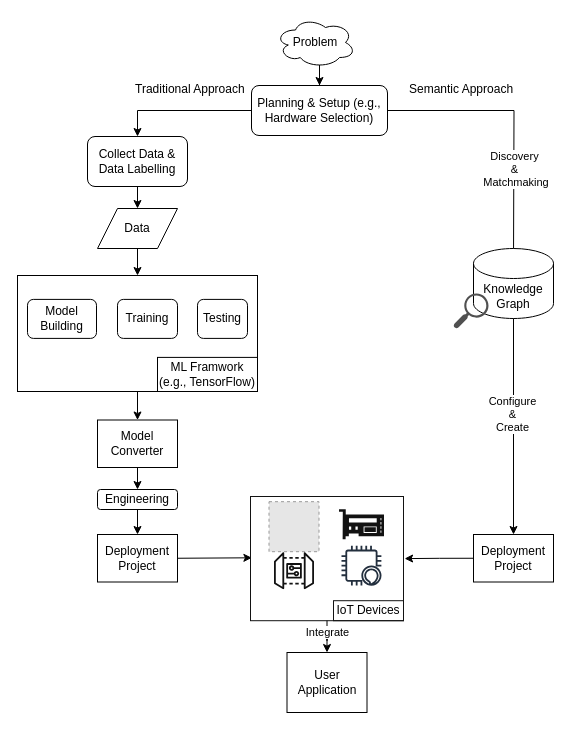
This is ISWC_Workflow.drawio from Haoyu-R/appendix, a draw.io file, before an edit. Source tidied: cells renumbered, new cells numbered last; positions are measured from the earlier drawing's top-left corner, leaving out a move shared by most shapes. Both pictures are drawn from the tidied source at 100%, with x=0, y=0 at pixel (17, 17). Pictures stored in the file or linked from it are replaced by grey dashed boxes.
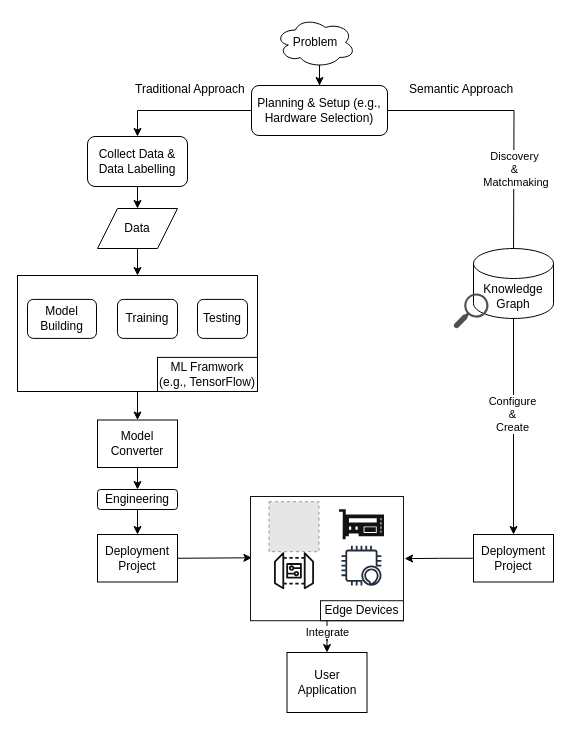
The same diagram, later.

The change refers to these unchanged cells:
```xml
<mxCell id="26" style="group;" parent="25" vertex="1">
  <mxGeometry y="1" width="153" height="124.2" as="geometry" />
</mxCell>
```

Diff of the diagram source:
```diff
@@
-    <mxCell id="32" value="IoT Devices" style="rounded=0;whiteSpace=wrap;html=1;strokeColor=#121212;fillColor=none;" parent="26" vertex="1">
-      <mxGeometry x="83" y="104.2" width="70" height="20" as="geometry" />
+    <mxCell id="32" value="Edge Devices" style="rounded=0;whiteSpace=wrap;html=1;strokeColor=#121212;fillColor=none;" parent="26" vertex="1">
+      <mxGeometry x="70" y="104.2" width="83" height="20" as="geometry" />
     </mxCell>
```
